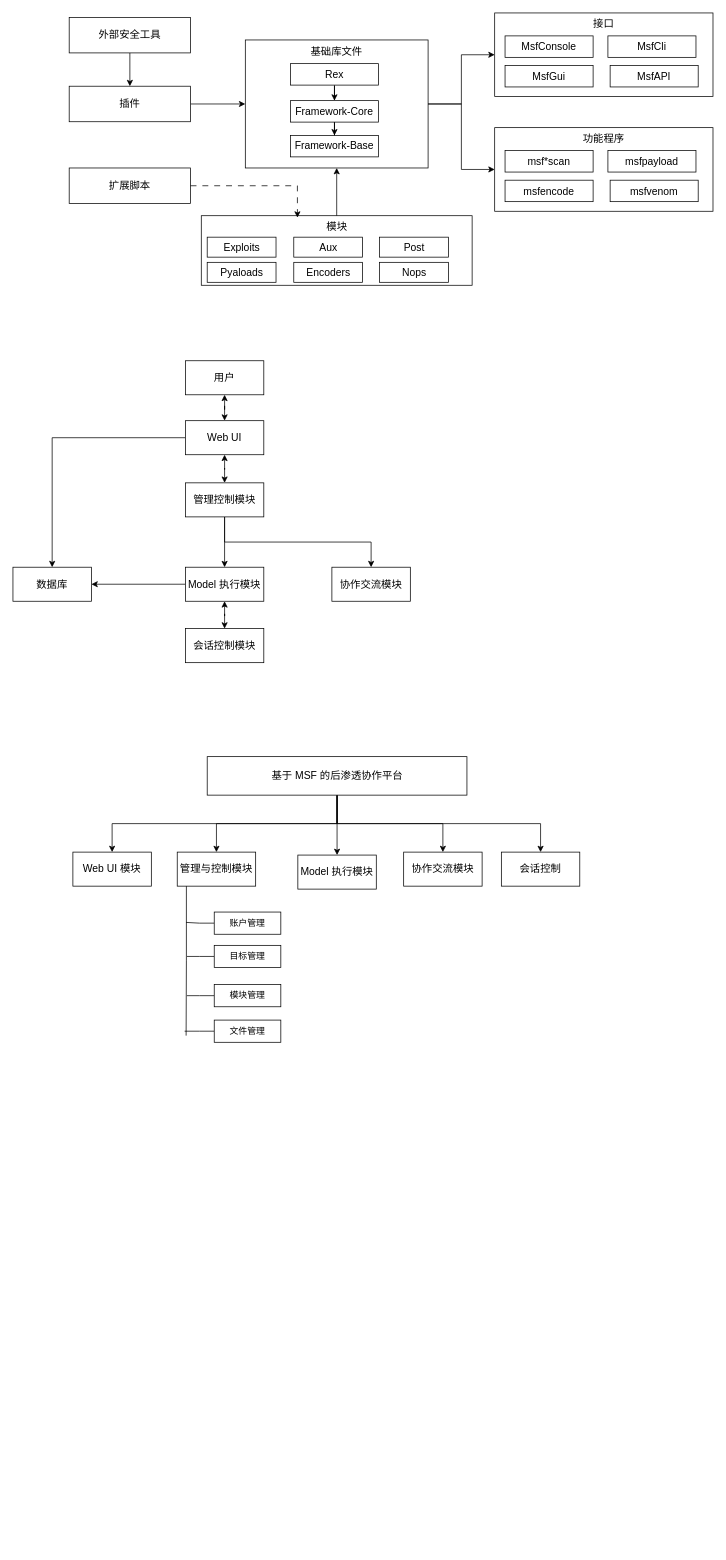
Earlier version of the draw.io diagram 论文.drawio (Guardian-JTZ/diagrams). Source tidied: cells renumbered, new cells numbered last; positions are measured from the earlier drawing's top-left corner, leaving out a move shared by most shapes. Both pictures are drawn from the tidied source at 74%, with x=0, y=0 at pixel (13, 13).
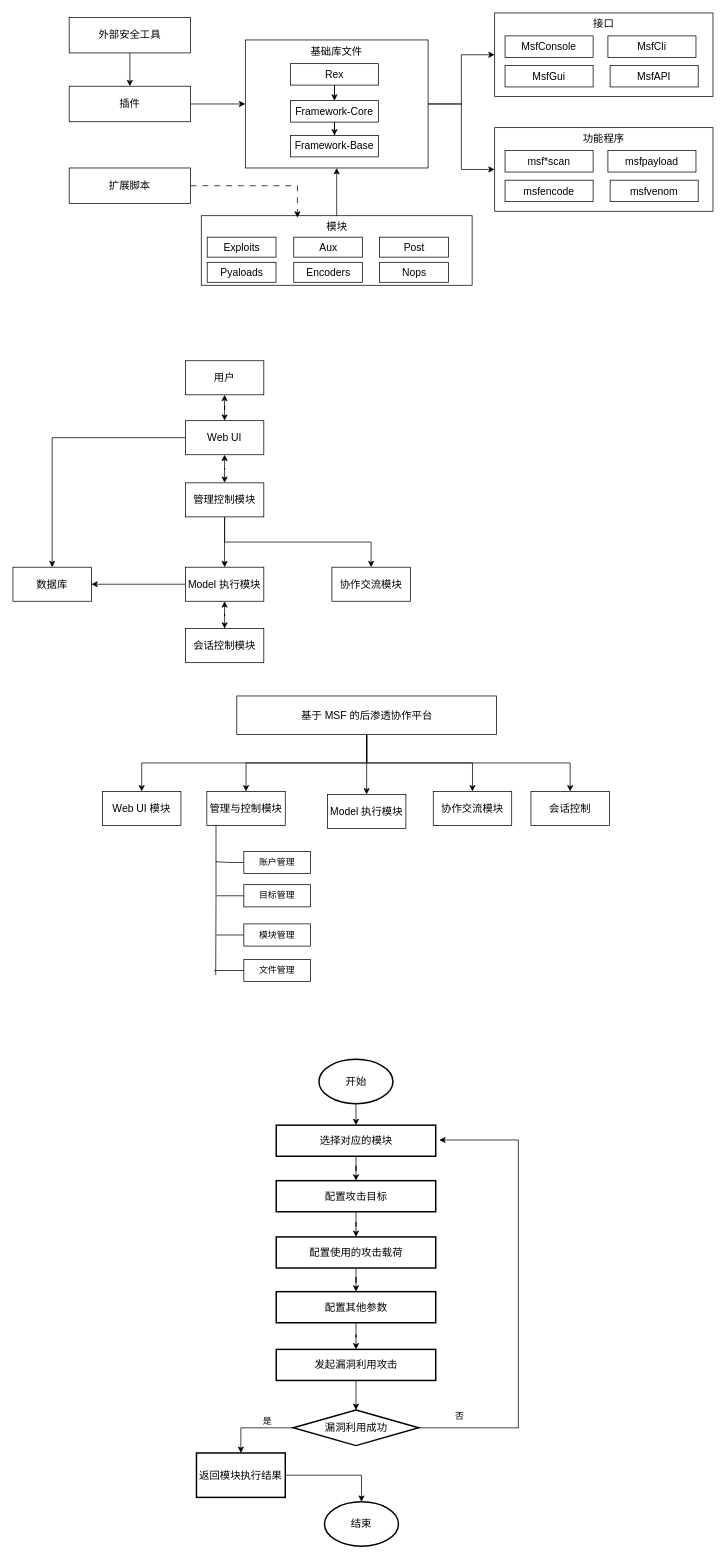
The same diagram, later.

Diff of the diagram source:
```diff
@@
     <mxCell id="54" style="group;" parent="1" vertex="1">
-      <mxGeometry x="81" y="1005" width="685" height="386" as="geometry" />
+      <mxGeometry x="121" y="923" width="685" height="386" as="geometry" />
     </mxCell>
@@
+    <mxCell id="75" style="group;" parent="1" vertex="1">
+      <mxGeometry x="248" y="1414" width="435" height="658" as="geometry" />
+    </mxCell>
+    <mxCell id="76" style="edgeStyle=orthogonalEdgeStyle;rounded=0;jettySize=auto;html=1;" parent="75" edge="1" source="77" target="79">
+      <mxGeometry relative="1" as="geometry" />
+    </mxCell>
+    <mxCell id="77" value="开始" style="strokeWidth=2;html=1;shape=mxgraph.flowchart.start_1;whiteSpace=wrap;fontSize=14;" parent="75" vertex="1">
+      <mxGeometry x="165.5" width="100" height="60" as="geometry" />
+    </mxCell>
+    <mxCell id="78" style="edgeStyle=orthogonalEdgeStyle;rounded=0;jettySize=auto;html=1;" parent="75" edge="1" source="79" target="81">
+      <mxGeometry relative="1" as="geometry" />
+    </mxCell>
+    <mxCell id="79" value="选择对应的模块" style="whiteSpace=wrap;html=1;fontSize=14;strokeWidth=2;" parent="75" vertex="1">
+      <mxGeometry x="107.8" y="89" width="215.5" height="42" as="geometry" />
+    </mxCell>
+    <mxCell id="80" style="edgeStyle=orthogonalEdgeStyle;rounded=0;jettySize=auto;html=1;" parent="75" edge="1" source="81" target="83">
+      <mxGeometry relative="1" as="geometry" />
+    </mxCell>
+    <mxCell id="81" value="配置攻击目标" style="whiteSpace=wrap;html=1;fontSize=14;strokeWidth=2;" parent="75" vertex="1">
+      <mxGeometry x="107.8" y="164" width="215.5" height="42" as="geometry" />
+    </mxCell>
+    <mxCell id="82" style="edgeStyle=orthogonalEdgeStyle;rounded=0;jettySize=auto;html=1;" parent="75" edge="1" source="83" target="85">
+      <mxGeometry relative="1" as="geometry" />
+    </mxCell>
+    <mxCell id="83" value="配置使用的攻击载荷" style="whiteSpace=wrap;html=1;fontSize=14;strokeWidth=2;" parent="75" vertex="1">
+      <mxGeometry x="107.8" y="240" width="215.5" height="42" as="geometry" />
+    </mxCell>
+    <mxCell id="84" style="edgeStyle=orthogonalEdgeStyle;rounded=0;jettySize=auto;html=1;" parent="75" edge="1" source="85" target="87">
+      <mxGeometry relative="1" as="geometry" />
+    </mxCell>
+    <mxCell id="85" value="配置其他参数" style="whiteSpace=wrap;html=1;fontSize=14;strokeWidth=2;" parent="75" vertex="1">
+      <mxGeometry x="107.8" y="314" width="215.5" height="42" as="geometry" />
+    </mxCell>
+    <mxCell id="86" style="edgeStyle=orthogonalEdgeStyle;rounded=0;jettySize=auto;html=1;" parent="75" edge="1" source="87" target="90">
+      <mxGeometry relative="1" as="geometry" />
+    </mxCell>
+    <mxCell id="87" value="发起漏洞利用攻击" style="whiteSpace=wrap;html=1;fontSize=14;strokeWidth=2;" parent="75" vertex="1">
+      <mxGeometry x="107.8" y="392" width="215.5" height="42" as="geometry" />
+    </mxCell>
+    <mxCell id="88" style="edgeStyle=orthogonalEdgeStyle;rounded=0;jettySize=auto;html=1;" parent="75" edge="1" source="90" target="91">
+      <mxGeometry relative="1" as="geometry" />
+    </mxCell>
+    <mxCell id="89" style="edgeStyle=orthogonalEdgeStyle;rounded=0;jettySize=auto;html=1;entryX=1;entryY=0.5;entryDx=0;entryDy=0;exitX=1;exitY=0.5;exitDx=0;exitDy=0;" parent="75" edge="1" source="90">
+      <mxGeometry relative="1" as="geometry">
+        <mxPoint x="328" y="109" as="targetPoint" />
+        <Array as="points">
+          <mxPoint x="435" y="498" />
+          <mxPoint x="435" y="109" />
+        </Array>
+      </mxGeometry>
+    </mxCell>
+    <mxCell id="90" value="漏洞利用成功" style="rhombus;whiteSpace=wrap;html=1;fontSize=14;strokeWidth=2;" parent="75" vertex="1">
+      <mxGeometry x="130.8" y="474" width="169.5" height="48" as="geometry" />
+    </mxCell>
+    <mxCell id="91" value="返回模块执行结果" style="whiteSpace=wrap;html=1;fontSize=14;strokeWidth=2;" parent="75" vertex="1">
+      <mxGeometry y="532" width="120" height="60" as="geometry" />
+    </mxCell>
+    <mxCell id="92" value="结束" style="strokeWidth=2;html=1;shape=mxgraph.flowchart.start_1;whiteSpace=wrap;fontSize=14;" parent="75" vertex="1">
+      <mxGeometry x="173" y="598" width="100" height="60" as="geometry" />
+    </mxCell>
+    <mxCell id="93" style="edgeStyle=orthogonalEdgeStyle;rounded=0;jettySize=auto;html=1;entryX=0.5;entryY=0;entryDx=0;entryDy=0;entryPerimeter=0;" parent="75" edge="1" source="91" target="92">
+      <mxGeometry relative="1" as="geometry" />
+    </mxCell>
+    <mxCell id="94" value="是" style="text;html=1;align=center;verticalAlign=middle;whiteSpace=wrap;rounded=0;" parent="75" vertex="1">
+      <mxGeometry x="66" y="474" width="60" height="30" as="geometry" />
+    </mxCell>
+    <mxCell id="95" value="否" style="text;html=1;align=center;verticalAlign=middle;whiteSpace=wrap;rounded=0;" parent="75" vertex="1">
+      <mxGeometry x="326" y="468" width="60" height="30" as="geometry" />
+    </mxCell>
```
